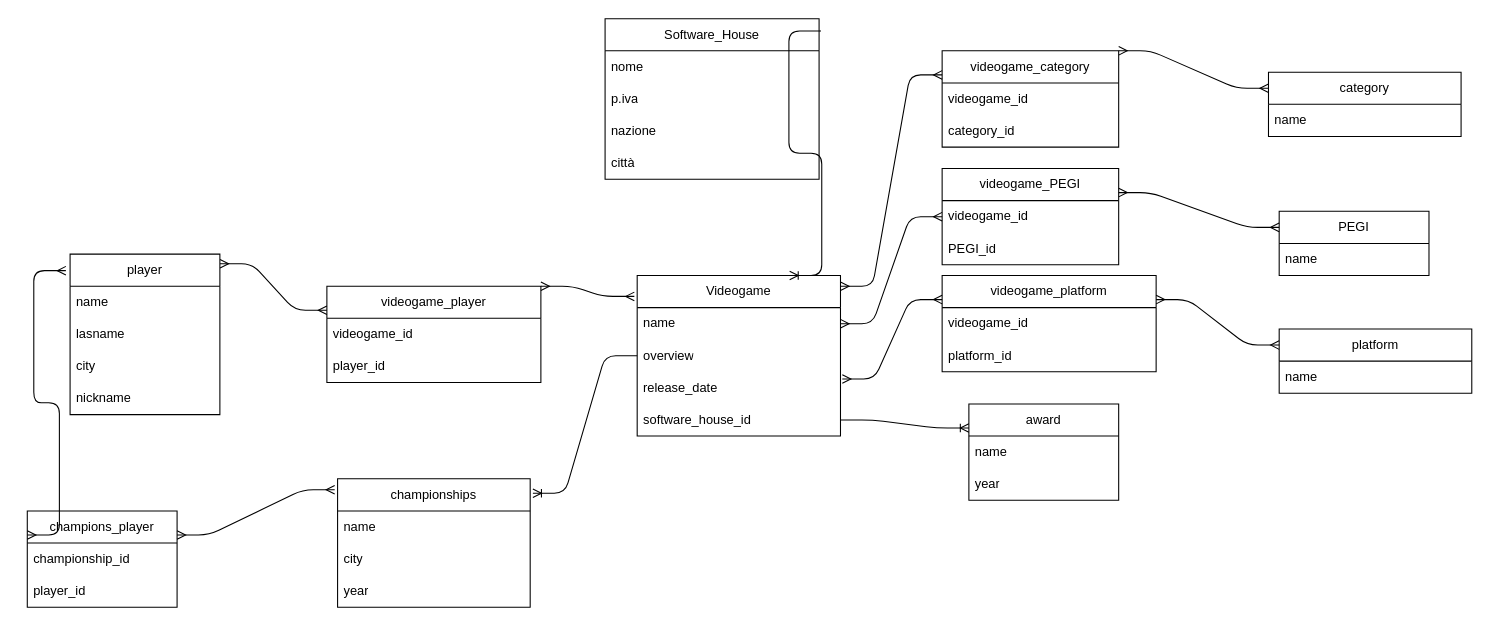
Earlier version of the draw.io diagram db.drawio (DeSantisDomiziano/db-videogames). Source tidied: cells renumbered, new cells numbered last; positions are measured from the earlier drawing's top-left corner, leaving out a move shared by most shapes. Both pictures are drawn from the tidied source at 107%, with x=0, y=0 at pixel (27, 18).
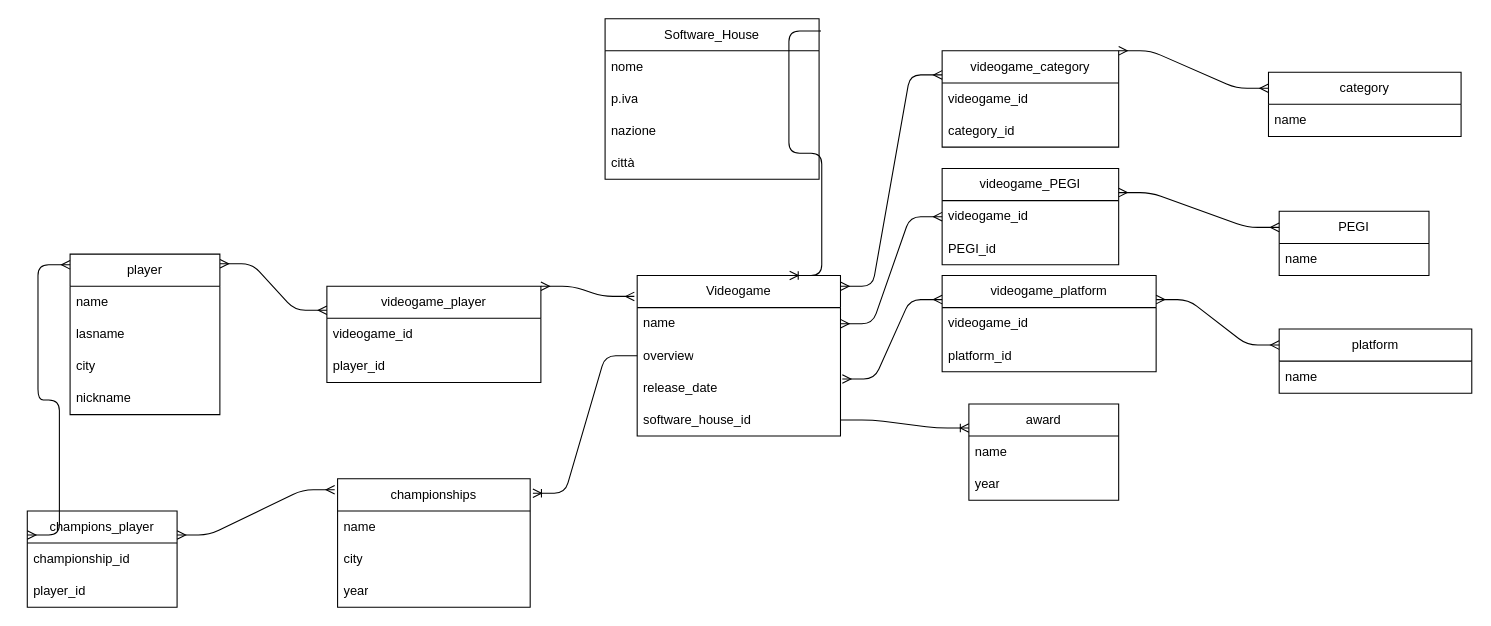
The same page after the edit.

Unchanged cells that the change refers to:
```xml
<mxCell id="21" value="champions_player" style="swimlane;fontStyle=0;horizontal=1;startSize=30;whiteSpace=wrap;html=1;" parent="1" vertex="1">
  <mxGeometry y="460" width="140" height="90" as="geometry" />
</mxCell>
<mxCell id="24" value="player" style="swimlane;fontStyle=0;horizontal=1;startSize=30;whiteSpace=wrap;html=1;" parent="1" vertex="1">
  <mxGeometry x="40" y="220" width="140" height="150" as="geometry" />
</mxCell>
```

The edit, as a diff of the source:
```diff
@@
-    <mxCell id="56" style="edgeStyle=entityRelationEdgeStyle;fontSize=12;html=1;endArrow=ERmany;startArrow=ERmany;entryX=-0.028;entryY=0.103;entryDx=0;entryDy=0;entryPerimeter=0;exitX=0;exitY=0.25;exitDx=0;exitDy=0;" parent="1" edge="1" source="21" target="24">
-      <mxGeometry relative="1" as="geometry" />
+    <mxCell id="56" style="edgeStyle=entityRelationEdgeStyle;fontSize=12;html=1;endArrow=ERmany;startArrow=ERmany;exitX=0;exitY=0.25;exitDx=0;exitDy=0;" parent="1" edge="1" source="21">
+      <mxGeometry relative="1" as="geometry">
+        <mxPoint x="40" y="230" as="targetPoint" />
+      </mxGeometry>
     </mxCell>
```
